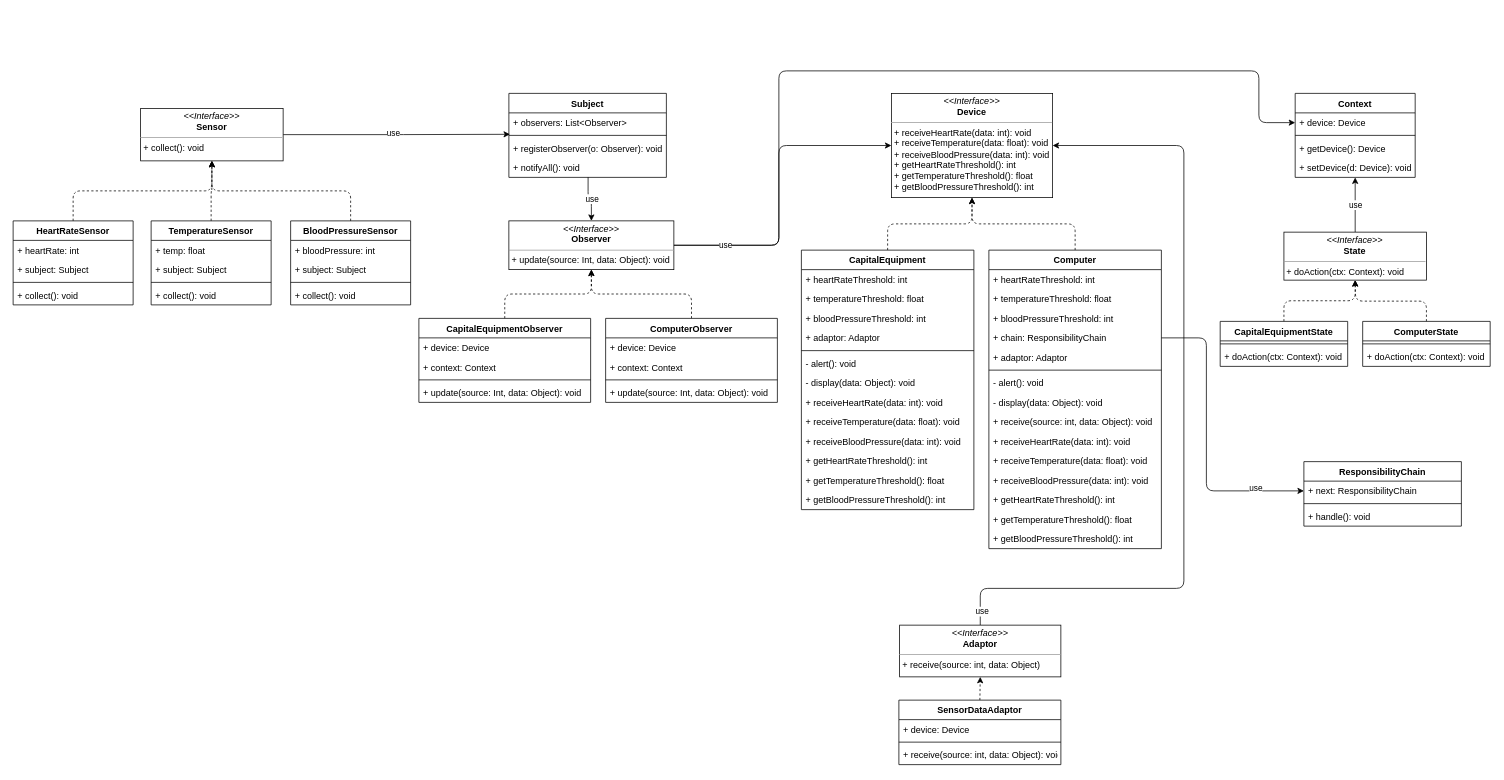
Before: CSE5422/FINAL_EXAM.drawio in justxuewei/draw.io, a draw.io diagram. Source tidied: cells renumbered, new cells numbered last; positions are measured from the earlier drawing's top-left corner, leaving out a move shared by most shapes. Both pictures are drawn from the tidied source at 75%, with x=0, y=0 at pixel (13, 70).
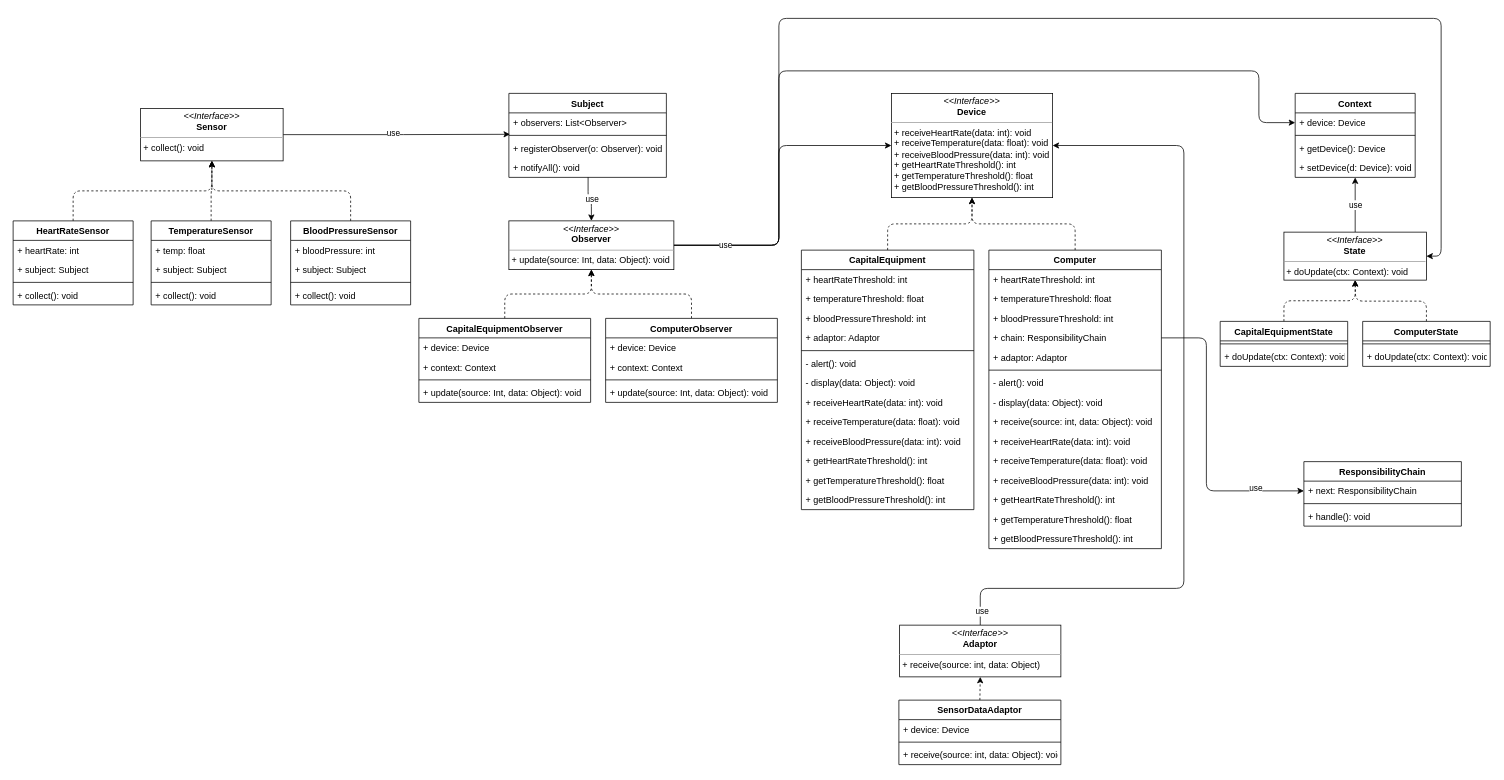
The same page after the edit.

The change refers to these unchanged cells:
```xml
<mxCell id="31" value="&lt;p style=&quot;margin: 0px ; margin-top: 4px ; text-align: center&quot;&gt;&lt;i&gt;&amp;lt;&amp;lt;Interface&amp;gt;&amp;gt;&lt;/i&gt;&lt;br&gt;&lt;b&gt;Observer&lt;/b&gt;&lt;/p&gt;&lt;hr size=&quot;1&quot;&gt;&lt;p style=&quot;margin: 0px ; margin-left: 4px&quot;&gt;+ update(source: Int, data: Object): void&lt;/p&gt;" style="verticalAlign=top;align=left;overflow=fill;fontSize=12;fontFamily=Helvetica;html=1;" parent="1" vertex="1">
  <mxGeometry x="661" y="200" width="220" height="65" as="geometry" />
</mxCell>
<mxCell id="55" value="CapitalEquipmentState" style="swimlane;fontStyle=1;align=center;verticalAlign=top;horizontal=1;startSize=26;" parent="1" vertex="1">
  <mxGeometry x="1609.4" y="334" width="170" height="60" as="geometry" />
</mxCell>
<mxCell id="59" value="ComputerState" style="swimlane;fontStyle=1;align=center;verticalAlign=top;horizontal=1;startSize=26;" parent="1" vertex="1">
  <mxGeometry x="1799.4" y="334" width="170" height="60" as="geometry" />
</mxCell>
```

What changed in the source:
```diff
@@
+    <mxCell id="109" style="edgeStyle=orthogonalEdgeStyle;rounded=1;jettySize=auto;html=1;exitX=1;exitY=0.5;exitDx=0;exitDy=0;entryX=1;entryY=0.5;entryDx=0;entryDy=0;startArrow=none;startFill=0;endArrow=classic;endFill=1;" parent="1" edge="1" source="31" target="53">
+      <mxGeometry relative="1" as="geometry">
+        <Array as="points">
+          <mxPoint x="1021" y="233" />
+          <mxPoint x="1021" y="-70" />
+          <mxPoint x="1904" y="-70" />
+          <mxPoint x="1904" y="247" />
+        </Array>
+      </mxGeometry>
+    </mxCell>
@@
-    <mxCell id="53" value="&lt;p style=&quot;margin: 0px ; margin-top: 4px ; text-align: center&quot;&gt;&lt;i&gt;&amp;lt;&amp;lt;Interface&amp;gt;&amp;gt;&lt;/i&gt;&lt;br&gt;&lt;b&gt;State&lt;/b&gt;&lt;/p&gt;&lt;hr size=&quot;1&quot;&gt;&lt;p style=&quot;margin: 0px ; margin-left: 4px&quot;&gt;&lt;/p&gt;&lt;p style=&quot;margin: 0px ; margin-left: 4px&quot;&gt;+ doAction(ctx: Context): void&lt;/p&gt;" style="verticalAlign=top;align=left;overflow=fill;fontSize=12;fontFamily=Helvetica;html=1;" parent="1" vertex="1">
+    <mxCell id="53" value="&lt;p style=&quot;margin: 0px ; margin-top: 4px ; text-align: center&quot;&gt;&lt;i&gt;&amp;lt;&amp;lt;Interface&amp;gt;&amp;gt;&lt;/i&gt;&lt;br&gt;&lt;b&gt;State&lt;/b&gt;&lt;/p&gt;&lt;hr size=&quot;1&quot;&gt;&lt;p style=&quot;margin: 0px ; margin-left: 4px&quot;&gt;&lt;/p&gt;&lt;p style=&quot;margin: 0px ; margin-left: 4px&quot;&gt;+ doUpdate(ctx: Context): void&lt;br&gt;&lt;/p&gt;" style="verticalAlign=top;align=left;overflow=fill;fontSize=12;fontFamily=Helvetica;html=1;" parent="1" vertex="1">
       <mxGeometry x="1694.4" y="215" width="190" height="64" as="geometry" />
     </mxCell>
@@
-    <mxCell id="57" value="+ doAction(ctx: Context): void" style="text;strokeColor=none;fillColor=none;align=left;verticalAlign=top;spacingLeft=4;spacingRight=4;overflow=hidden;" parent="55" vertex="1">
+    <mxCell id="57" value="+ doUpdate(ctx: Context): void" style="text;strokeColor=none;fillColor=none;align=left;verticalAlign=top;spacingLeft=4;spacingRight=4;overflow=hidden;" parent="55" vertex="1">
       <mxGeometry y="34" width="170" height="26" as="geometry" />
     </mxCell>
@@
-    <mxCell id="61" value="+ doAction(ctx: Context): void" style="text;strokeColor=none;fillColor=none;align=left;verticalAlign=top;spacingLeft=4;spacingRight=4;overflow=hidden;" parent="59" vertex="1">
+    <mxCell id="61" value="+ doUpdate(ctx: Context): void" style="text;strokeColor=none;fillColor=none;align=left;verticalAlign=top;spacingLeft=4;spacingRight=4;overflow=hidden;" parent="59" vertex="1">
       <mxGeometry y="34" width="170" height="26" as="geometry" />
     </mxCell>
```
